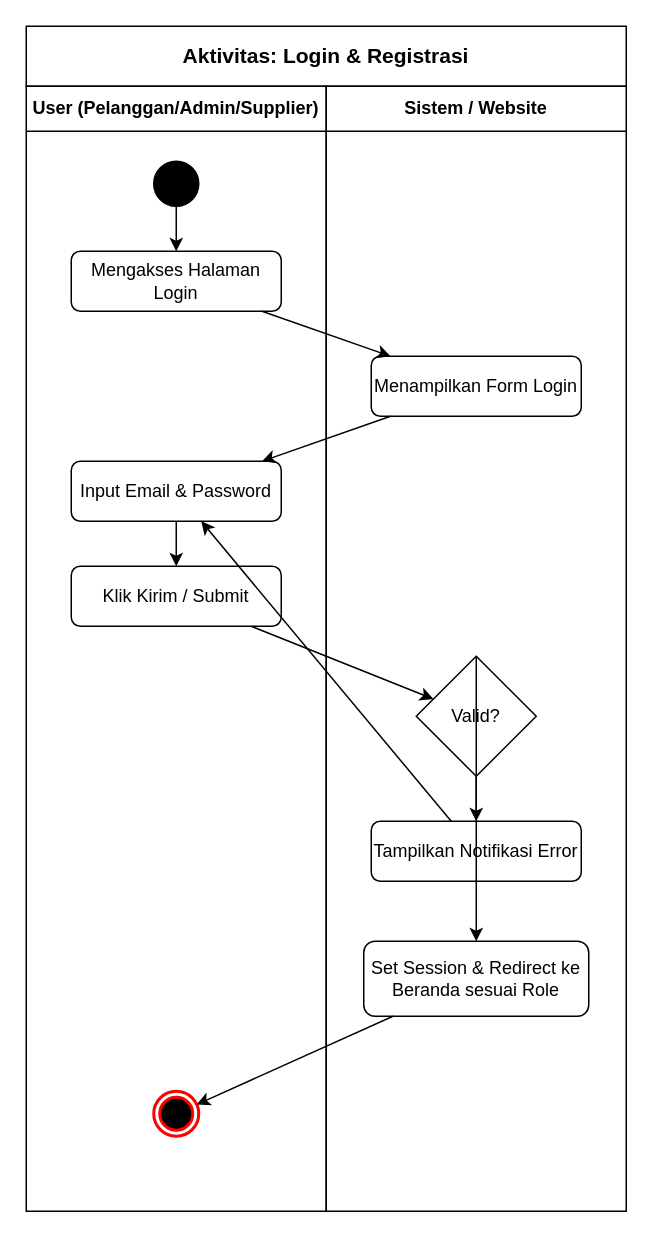
The draw.io diagram page "Activity: Login" (3 of 7) of diagram-macha/Macha_Diagrams.drawio in FikriBintangx/Macha, before the edit. Source tidied: cells renumbered, new cells numbered last; positions are measured from the earlier drawing's top-left corner, leaving out a move shared by most shapes. Both pictures are drawn from the tidied source at 150%, with x=0, y=0 at pixel (26, 26).
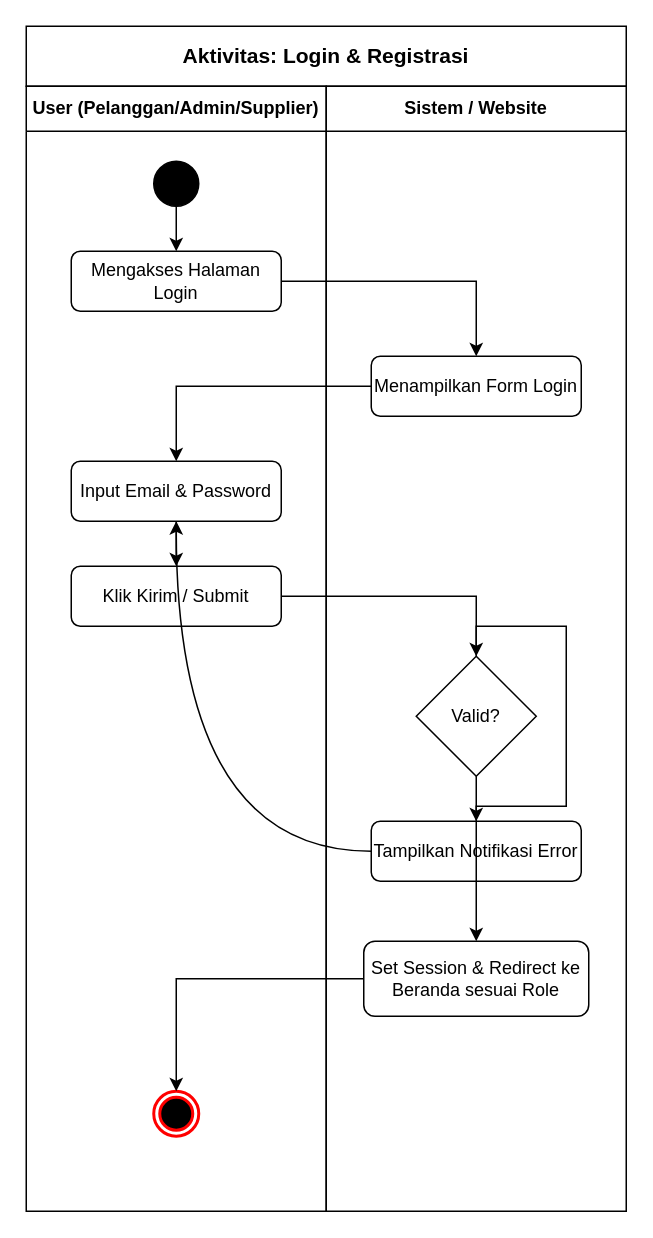
The same page after the edit.

Change to the diagram source:
```diff
@@
-    <mxCell id="2" value="Aktivitas: Login &amp; Registrasi" style="rounded=0;whiteSpace=wrap;html=1;fontStyle=1;fontSize=14;align=center;verticalAlign=middle;" parent="1" vertex="1">
+    <mxCell id="2" value="Aktivitas: Login &amp; Registrasi" style="rounded=0;whiteSpace=wrap;html=1;fontStyle=1;fontSize=14;align=center;verticalAlign=middle;strokeColor=light-dark(#000000, #ffffff);fillColor=none;fontColor=light-dark(#000000, #ffffff);" parent="1" vertex="1">
       <mxGeometry width="400" height="40" as="geometry" />
     </mxCell>
-    <mxCell id="3" value="User (Pelanggan/Admin/Supplier)" style="swimlane;whiteSpace=wrap;html=1;startSize=30;" parent="1" vertex="1">
+    <mxCell id="3" value="User (Pelanggan/Admin/Supplier)" style="swimlane;whiteSpace=wrap;html=1;startSize=30;strokeColor=light-dark(#000000, #ffffff);fillColor=none;fontColor=light-dark(#000000, #ffffff);" parent="1" vertex="1">
       <mxGeometry y="40" width="200" height="750" as="geometry" />
     </mxCell>
-    <mxCell id="4" value="Sistem / Website" style="swimlane;whiteSpace=wrap;html=1;startSize=30;" parent="1" vertex="1">
+    <mxCell id="4" value="Sistem / Website" style="swimlane;whiteSpace=wrap;html=1;startSize=30;strokeColor=light-dark(#000000, #ffffff);fillColor=none;fontColor=light-dark(#000000, #ffffff);" parent="1" vertex="1">
       <mxGeometry x="200" y="40" width="200" height="750" as="geometry" />
     </mxCell>
-    <mxCell id="5" style="ellipse;whiteSpace=wrap;html=1;fillColor=#000000;" parent="3" vertex="1">
+    <mxCell id="5" style="ellipse;whiteSpace=wrap;html=1;fillColor=light-dark(#000000, #ffffff);strokeColor=light-dark(#000000, #ffffff);" parent="3" vertex="1">
       <mxGeometry x="85" y="50" width="30" height="30" as="geometry" />
     </mxCell>
-    <mxCell id="6" value="Mengakses Halaman Login" style="rounded=1;whiteSpace=wrap;html=1;" parent="3" vertex="1">
+    <mxCell id="6" value="Mengakses Halaman Login" style="rounded=1;whiteSpace=wrap;html=1;strokeColor=light-dark(#000000, #ffffff);fillColor=none;fontColor=light-dark(#000000, #ffffff);" parent="3" vertex="1">
       <mxGeometry x="30" y="110" width="140" height="40" as="geometry" />
     </mxCell>
-    <mxCell id="7" value="Input Email &amp; Password" style="rounded=1;whiteSpace=wrap;html=1;" parent="3" vertex="1">
+    <mxCell id="7" value="Input Email &amp; Password" style="rounded=1;whiteSpace=wrap;html=1;strokeColor=light-dark(#000000, #ffffff);fillColor=none;fontColor=light-dark(#000000, #ffffff);" parent="3" vertex="1">
       <mxGeometry x="30" y="250" width="140" height="40" as="geometry" />
     </mxCell>
-    <mxCell id="8" value="Klik Kirim / Submit" style="rounded=1;whiteSpace=wrap;html=1;" parent="3" vertex="1">
+    <mxCell id="8" value="Klik Kirim / Submit" style="rounded=1;whiteSpace=wrap;html=1;strokeColor=light-dark(#000000, #ffffff);fillColor=none;fontColor=light-dark(#000000, #ffffff);" parent="3" vertex="1">
       <mxGeometry x="30" y="320" width="140" height="40" as="geometry" />
     </mxCell>
-    <mxCell id="9" style="ellipse;html=1;shape=endState;fillColor=#000000;strokeColor=#ff0000;strokeWidth=2;" parent="3" vertex="1">
+    <mxCell id="9" style="ellipse;html=1;shape=endState;fillColor=light-dark(#000000, #ffffff);strokeColor=#ff0000;strokeWidth=2;" parent="3" vertex="1">
       <mxGeometry x="85" y="670" width="30" height="30" as="geometry" />
     </mxCell>
-    <mxCell id="10" value="Menampilkan Form Login" style="rounded=1;whiteSpace=wrap;html=1;" parent="4" vertex="1">
+    <mxCell id="10" value="Menampilkan Form Login" style="rounded=1;whiteSpace=wrap;html=1;strokeColor=light-dark(#000000, #ffffff);fillColor=none;fontColor=light-dark(#000000, #ffffff);" parent="4" vertex="1">
       <mxGeometry x="30" y="180" width="140" height="40" as="geometry" />
     </mxCell>
-    <mxCell id="11" value="Valid?" style="rhombus;whiteSpace=wrap;html=1;" parent="4" vertex="1">
+    <mxCell id="11" value="Valid?" style="rhombus;whiteSpace=wrap;html=1;strokeColor=light-dark(#000000, #ffffff);fillColor=none;fontColor=light-dark(#000000, #ffffff);" parent="4" vertex="1">
       <mxGeometry x="60" y="380" width="80" height="80" as="geometry" />
     </mxCell>
-    <mxCell id="12" value="Tampilkan Notifikasi Error" style="rounded=1;whiteSpace=wrap;html=1;" parent="4" vertex="1">
+    <mxCell id="12" value="Tampilkan Notifikasi Error" style="rounded=1;whiteSpace=wrap;html=1;strokeColor=light-dark(#000000, #ffffff);fillColor=none;fontColor=light-dark(#000000, #ffffff);" parent="4" vertex="1">
       <mxGeometry x="30" y="490" width="140" height="40" as="geometry" />
     </mxCell>
-    <mxCell id="13" value="Set Session &amp; Redirect ke Beranda sesuai Role" style="rounded=1;whiteSpace=wrap;html=1;" parent="4" vertex="1">
+    <mxCell id="13" value="Set Session &amp; Redirect ke Beranda sesuai Role" style="rounded=1;whiteSpace=wrap;html=1;strokeColor=light-dark(#000000, #ffffff);fillColor=none;fontColor=light-dark(#000000, #ffffff);" parent="4" vertex="1">
       <mxGeometry x="25" y="570" width="150" height="50" as="geometry" />
     </mxCell>
-    <mxCell id="14" parent="1" edge="1" source="5" target="6">
+    <mxCell id="14" style="edgeStyle=orthogonalEdgeStyle;rounded=0;jettySize=auto;html=1;strokeColor=light-dark(#000000, #ffffff);fillColor=none;" parent="1" edge="1" source="5" target="6">
       <mxGeometry relative="1" as="geometry" />
     </mxCell>
-    <mxCell id="15" parent="1" edge="1" source="6" target="10">
+    <mxCell id="15" style="edgeStyle=orthogonalEdgeStyle;rounded=0;jettySize=auto;html=1;strokeColor=light-dark(#000000, #ffffff);fillColor=none;" parent="1" edge="1" source="6" target="10">
       <mxGeometry relative="1" as="geometry" />
     </mxCell>
-    <mxCell id="16" parent="1" edge="1" source="10" target="7">
+    <mxCell id="16" style="edgeStyle=orthogonalEdgeStyle;rounded=0;jettySize=auto;html=1;strokeColor=light-dark(#000000, #ffffff);fillColor=none;" parent="1" edge="1" source="10" target="7">
       <mxGeometry relative="1" as="geometry" />
     </mxCell>
-    <mxCell id="17" parent="1" edge="1" source="7" target="8">
+    <mxCell id="17" style="edgeStyle=orthogonalEdgeStyle;rounded=0;jettySize=auto;html=1;strokeColor=light-dark(#000000, #ffffff);fillColor=none;" parent="1" edge="1" source="7" target="8">
       <mxGeometry relative="1" as="geometry" />
     </mxCell>
-    <mxCell id="18" parent="1" edge="1" source="8" target="11">
+    <mxCell id="18" style="edgeStyle=orthogonalEdgeStyle;rounded=0;jettySize=auto;html=1;strokeColor=light-dark(#000000, #ffffff);fillColor=none;" parent="1" edge="1" source="8" target="11">
       <mxGeometry relative="1" as="geometry" />
     </mxCell>
-    <mxCell id="19" style="exitX=0.5;exitY=1;entryX=0.5;entryY=0;" parent="1" edge="1" source="11" target="13">
+    <mxCell id="19" style="edgeStyle=orthogonalEdgeStyle;rounded=0;jettySize=auto;html=1;strokeColor=light-dark(#000000, #ffffff);fillColor=none;exitX=0.5;exitY=1;entryX=0.5;entryY=0;" parent="1" edge="1" source="11" target="13">
       <mxGeometry relative="1" as="geometry" />
     </mxCell>
-    <mxCell id="20" style="exitX=0.5;exitY=0;entryX=0.5;entryY=0;" parent="1" edge="1" source="11" target="12">
+    <mxCell id="20" style="edgeStyle=orthogonalEdgeStyle;rounded=0;jettySize=auto;html=1;strokeColor=light-dark(#000000, #ffffff);fillColor=none;exitX=0.5;exitY=0;entryX=0.5;entryY=0;" parent="1" edge="1" source="11" target="12">
       <mxGeometry relative="1" as="geometry" />
     </mxCell>
-    <mxCell id="21" style="curved=1;" parent="1" edge="1" source="12" target="7">
+    <mxCell id="21" style="edgeStyle=orthogonalEdgeStyle;rounded=0;jettySize=auto;html=1;strokeColor=light-dark(#000000, #ffffff);fillColor=none;curved=1;" parent="1" edge="1" source="12" target="7">
       <mxGeometry relative="1" as="geometry" />
     </mxCell>
-    <mxCell id="22" parent="1" edge="1" source="13" target="9">
+    <mxCell id="22" style="edgeStyle=orthogonalEdgeStyle;rounded=0;jettySize=auto;html=1;strokeColor=light-dark(#000000, #ffffff);fillColor=none;" parent="1" edge="1" source="13" target="9">
       <mxGeometry relative="1" as="geometry" />
     </mxCell>
```
